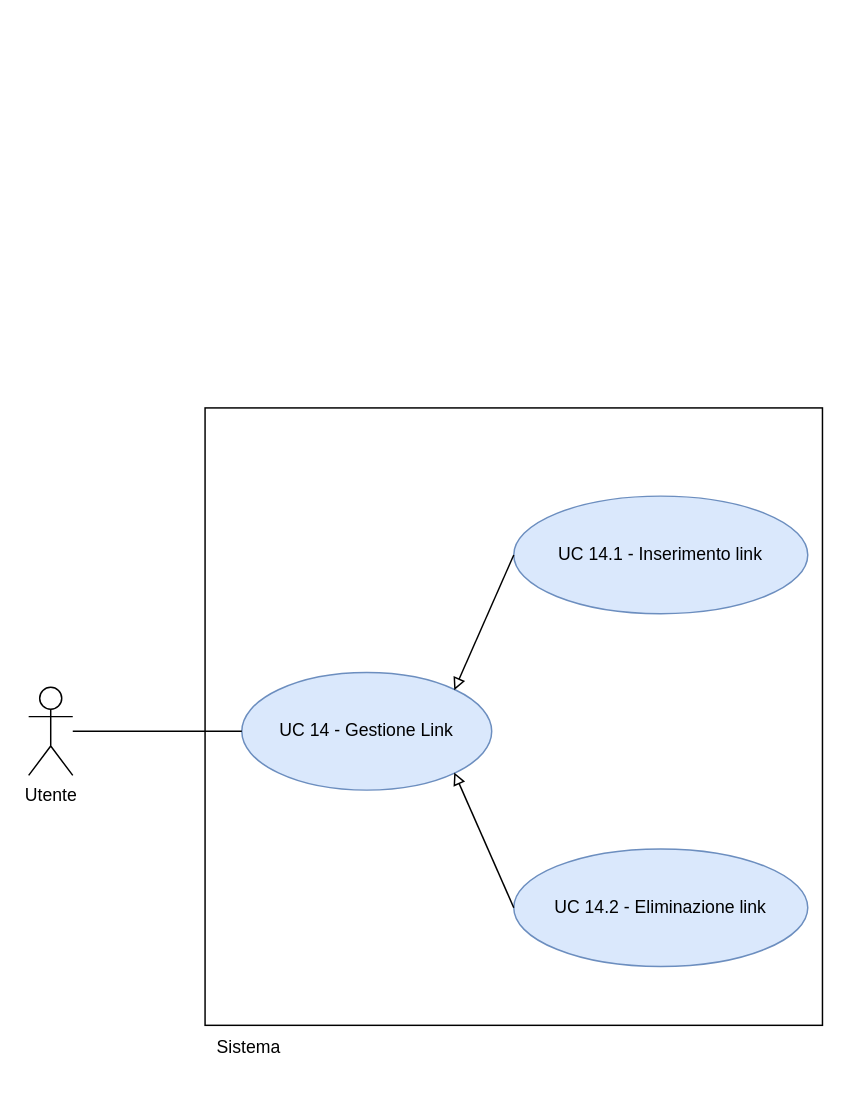
This is RTB/doc_esterna/analisi-dei-requisiti/assets/draw.io/UC14.drawio from thebitless-group-swe/thebitless.github.io, a draw.io file, before an edit. Source tidied: cells renumbered, new cells numbered last; positions are measured from the earlier drawing's top-left corner, leaving out a move shared by most shapes. Both pictures are drawn from the tidied source at 147%, with x=0, y=0 at pixel (28, 407).
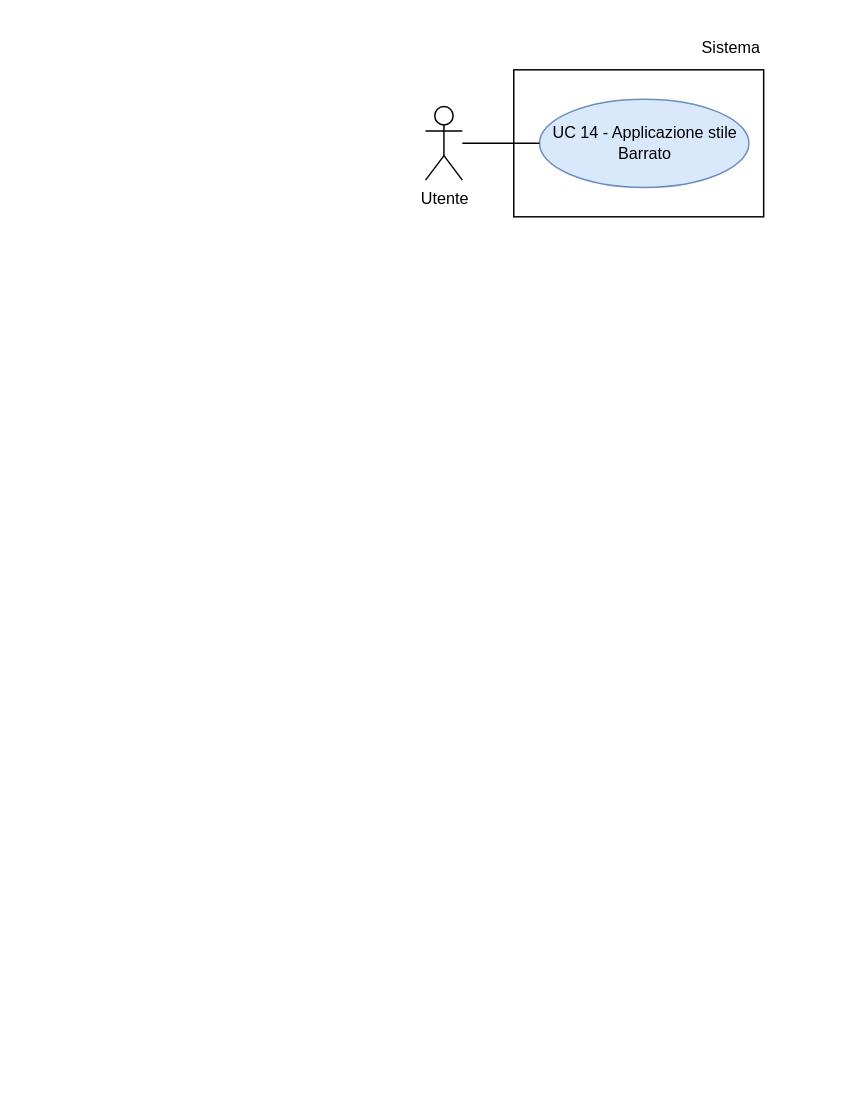
Above is the later version.

Change to the diagram source:
```diff
@@
 <mxGraphModel>
   <root>
     <mxCell id="0" />
     <mxCell id="1" parent="0" />
-    <mxCell id="2" value="Utente" style="shape=umlActor;verticalLabelPosition=bottom;verticalAlign=top;html=1;outlineConnect=0;" parent="1" vertex="1">
-      <mxGeometry y="190" width="30" height="60" as="geometry" />
+    <mxCell id="2" value="Utente" style="shape=umlActor;verticalLabelPosition=bottom;verticalAlign=top;html=1;outlineConnect=0;fontSize=11;" parent="1" vertex="1">
+      <mxGeometry x="270" y="-205" width="25" height="50" as="geometry" />
     </mxCell>
-    <mxCell id="3" style="whiteSpace=wrap;html=1;" parent="1" vertex="1">
-      <mxGeometry x="120" width="420" height="420" as="geometry" />
-    </mxCell>
+    <mxCell id="11" style="rounded=0;whiteSpace=wrap;html=1;strokeWidth=1;" parent="1" vertex="1">
+      <mxGeometry x="330" y="-230" width="170" height="100" as="geometry" />
+    </mxCell>
-    <mxCell id="4" value="Sistema" style="text;html=1;whiteSpace=wrap;strokeColor=none;fillColor=none;align=center;verticalAlign=middle;rounded=0;" parent="1" vertex="1">
-      <mxGeometry x="120" y="420" width="60" height="30" as="geometry" />
+    <mxCell id="4" value="Sistema" style="text;html=1;whiteSpace=wrap;strokeColor=none;fillColor=none;align=right;verticalAlign=middle;fontSize=11;" parent="1" vertex="1">
+      <mxGeometry x="440" y="-260" width="60" height="30" as="geometry" />
     </mxCell>
-    <mxCell id="5" value="UC 14 - Gestione Link" style="ellipse;whiteSpace=wrap;html=1;fillColor=#dae8fc;strokeColor=#6c8ebf;" parent="1" vertex="1">
-      <mxGeometry x="145" y="180" width="170" height="80" as="geometry" />
-    </mxCell>
-    <mxCell id="6" style="edgeStyle=orthogonalEdgeStyle;rounded=0;jettySize=auto;html=1;endArrow=none;endFill=0;" parent="1" edge="1" source="2" target="5">
-      <mxGeometry relative="1" as="geometry" />
-    </mxCell>
-    <mxCell id="7" value="UC 14.1 - Inserimento link" style="ellipse;whiteSpace=wrap;html=1;fillColor=#dae8fc;strokeColor=#6c8ebf;" parent="1" vertex="1">
-      <mxGeometry x="330" y="60" width="200" height="80" as="geometry" />
-    </mxCell>
-    <mxCell id="8" value="UC 14.2 - Eliminazione link" style="ellipse;whiteSpace=wrap;html=1;fillColor=#dae8fc;strokeColor=#6c8ebf;" parent="1" vertex="1">
-      <mxGeometry x="330" y="300" width="200" height="80" as="geometry" />
-    </mxCell>
-    <mxCell id="9" style="endArrow=block;endFill=0;html=1;rounded=0;exitX=0;exitY=0.5;exitDx=0;exitDy=0;entryX=0.85;entryY=0.15;entryDx=0;entryDy=0;entryPerimeter=0;" parent="1" edge="1" source="7" target="5">
-      <mxGeometry relative="1" as="geometry" />
-    </mxCell>
-    <mxCell id="10" style="endArrow=block;endFill=0;html=1;rounded=0;exitX=0;exitY=0.5;exitDx=0;exitDy=0;entryX=0.85;entryY=0.85;entryDx=0;entryDy=0;entryPerimeter=0;" parent="1" edge="1" source="8" target="5">
-      <mxGeometry relative="1" as="geometry" />
-    </mxCell>
+    <mxCell id="12" value="UC 14 - Applicazione stile Barrato" style="ellipse;whiteSpace=wrap;html=1;fillColor=#dae8fc;strokeColor=#6c8ebf;fontSize=11;" parent="1" vertex="1">
+      <mxGeometry x="347.5" y="-210" width="142.5" height="60" as="geometry" />
+    </mxCell>
+    <mxCell id="13" style="edgeStyle=none;rounded=0;jettySize=auto;html=1;endArrow=none;endFill=0;" parent="1" edge="1" source="2" target="12">
+      <mxGeometry relative="1" as="geometry" />
+    </mxCell>
+    <mxCell id="14" style="edgeStyle=orthogonalEdgeStyle;rounded=0;orthogonalLoop=1;jettySize=auto;html=1;exitX=0.5;exitY=1;exitDx=0;exitDy=0;" parent="1" edge="1" source="4" target="4">
+      <mxGeometry relative="1" as="geometry" />
+    </mxCell>
   </root>
 </mxGraphModel>
```
